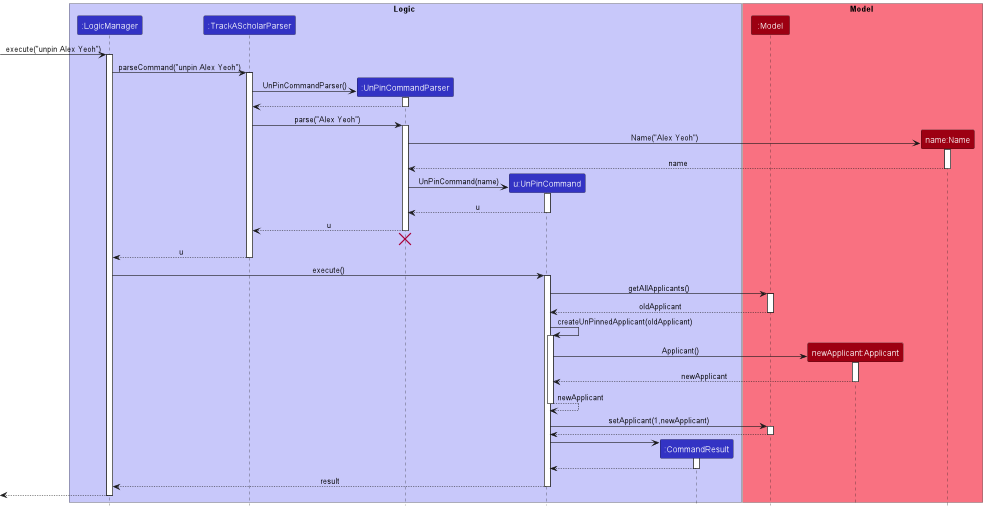
This is docs/images/UnPinSequenceDiagram.png from nus-cs2103-AY2223S1/tp, a PlantUML export, as it was before one commit. Its diagram source:
```plantuml
@startuml
!include style.puml

box Logic LOGIC_COLOR_T1
participant ":LogicManager" as LogicManager LOGIC_COLOR
participant ":TrackAScholarParser" as TrackAScholarParser LOGIC_COLOR
participant ":UnPinCommandParser" as UnPinCommandParser LOGIC_COLOR
participant "u:UnPinCommand" as UnPinCommand LOGIC_COLOR
participant ":CommandResult" as CommandResult LOGIC_COLOR
end box

box Model MODEL_COLOR_T1
participant ":Model" as Model MODEL_COLOR
participant "newApplicant:Applicant" as Applicant MODEL_COLOR
participant "name:Name" as Name MODEL_COLOR
end box

[-> LogicManager : execute("unpin Alex Yeoh")
activate LogicManager

LogicManager -> TrackAScholarParser : parseCommand("unpin Alex Yeoh")
activate TrackAScholarParser

create UnPinCommandParser
TrackAScholarParser -> UnPinCommandParser: UnPinCommandParser()
activate UnPinCommandParser

UnPinCommandParser --> TrackAScholarParser
deactivate UnPinCommandParser

TrackAScholarParser -> UnPinCommandParser : parse("Alex Yeoh")
activate UnPinCommandParser

create Name
UnPinCommandParser -> Name : Name("Alex Yeoh")
activate Name

Name --> UnPinCommandParser : name
deactivate Name


create UnPinCommand
UnPinCommandParser -> UnPinCommand : UnPinCommand(name)
activate UnPinCommand

UnPinCommand --> UnPinCommandParser : u
deactivate UnPinCommand

UnPinCommandParser --> TrackAScholarParser : u
deactivate UnPinCommandParser
UnPinCommandParser -[hidden]-> TrackAScholarParser
destroy UnPinCommandParser

TrackAScholarParser --> LogicManager : u
deactivate TrackAScholarParser

LogicManager -> UnPinCommand : execute()
activate UnPinCommand

UnPinCommand -> Model : getAllApplicants()
activate Model

Model --> UnPinCommand : oldApplicant
deactivate Model

UnPinCommand -> UnPinCommand : createUnPinnedApplicant(oldApplicant)
activate UnPinCommand

create Applicant
UnPinCommand -> Applicant : Applicant()
activate Applicant

Applicant --> UnPinCommand : newApplicant
deactivate Applicant

UnPinCommand --> UnPinCommand : newApplicant

deactivate UnPinCommand

UnPinCommand -> Model : setApplicant(1,newApplicant)
activate Model

Model --> UnPinCommand
deactivate Model

create CommandResult
UnPinCommand -> CommandResult
activate CommandResult

CommandResult --> UnPinCommand
deactivate CommandResult

UnPinCommand --> LogicManager : result
deactivate UnPinCommand

[<--LogicManager
deactivate LogicManager
@enduml
```
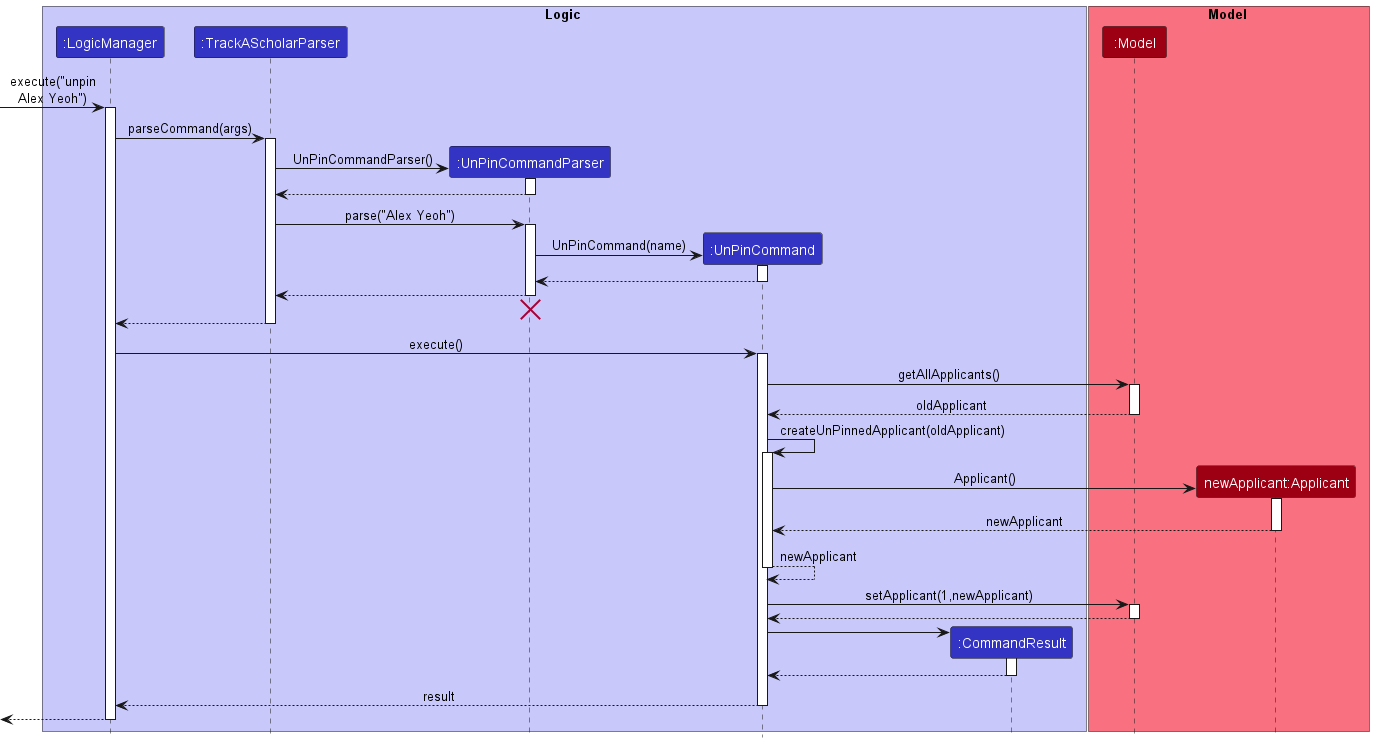
After the commit.

What changed in the source:
```diff
@@ -5,20 +5,19 @@
 participant ":LogicManager" as LogicManager LOGIC_COLOR
 participant ":TrackAScholarParser" as TrackAScholarParser LOGIC_COLOR
 participant ":UnPinCommandParser" as UnPinCommandParser LOGIC_COLOR
-participant "u:UnPinCommand" as UnPinCommand LOGIC_COLOR
+participant ":UnPinCommand" as UnPinCommand LOGIC_COLOR
 participant ":CommandResult" as CommandResult LOGIC_COLOR
 end box
 
 box Model MODEL_COLOR_T1
 participant ":Model" as Model MODEL_COLOR
 participant "newApplicant:Applicant" as Applicant MODEL_COLOR
-participant "name:Name" as Name MODEL_COLOR
 end box
 
-[-> LogicManager : execute("unpin Alex Yeoh")
+[-> LogicManager : execute("unpin\nAlex Yeoh")
 activate LogicManager
 
-LogicManager -> TrackAScholarParser : parseCommand("unpin Alex Yeoh")
+LogicManager -> TrackAScholarParser : parseCommand(args)
 activate TrackAScholarParser
 
 create UnPinCommandParser
@@ -31,27 +30,19 @@
 TrackAScholarParser -> UnPinCommandParser : parse("Alex Yeoh")
 activate UnPinCommandParser
 
-create Name
-UnPinCommandParser -> Name : Name("Alex Yeoh")
-activate Name
-
-Name --> UnPinCommandParser : name
-deactivate Name
-
-
 create UnPinCommand
 UnPinCommandParser -> UnPinCommand : UnPinCommand(name)
 activate UnPinCommand
 
-UnPinCommand --> UnPinCommandParser : u
+UnPinCommand --> UnPinCommandParser
 deactivate UnPinCommand
 
-UnPinCommandParser --> TrackAScholarParser : u
+UnPinCommandParser --> TrackAScholarParser
 deactivate UnPinCommandParser
 UnPinCommandParser -[hidden]-> TrackAScholarParser
 destroy UnPinCommandParser
 
-TrackAScholarParser --> LogicManager : u
+TrackAScholarParser --> LogicManager
 deactivate TrackAScholarParser
 
 LogicManager -> UnPinCommand : execute()
```
